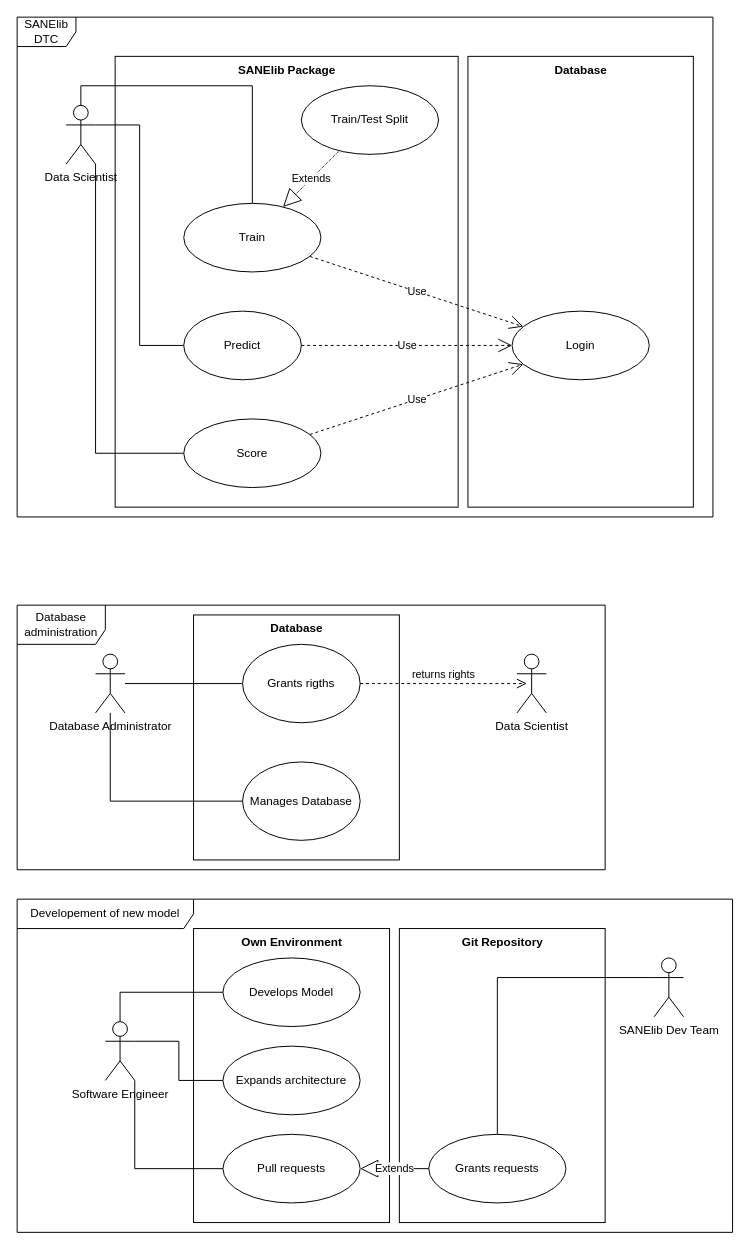
This is UML/UseCases.drawio from becker-max/baa-structures, a draw.io file, before an edit. Source tidied: cells renumbered, new cells numbered last; positions are measured from the earlier drawing's top-left corner, leaving out a move shared by most shapes. Both pictures are drawn from the tidied source at 98%, with x=0, y=0 at pixel (17, 17).
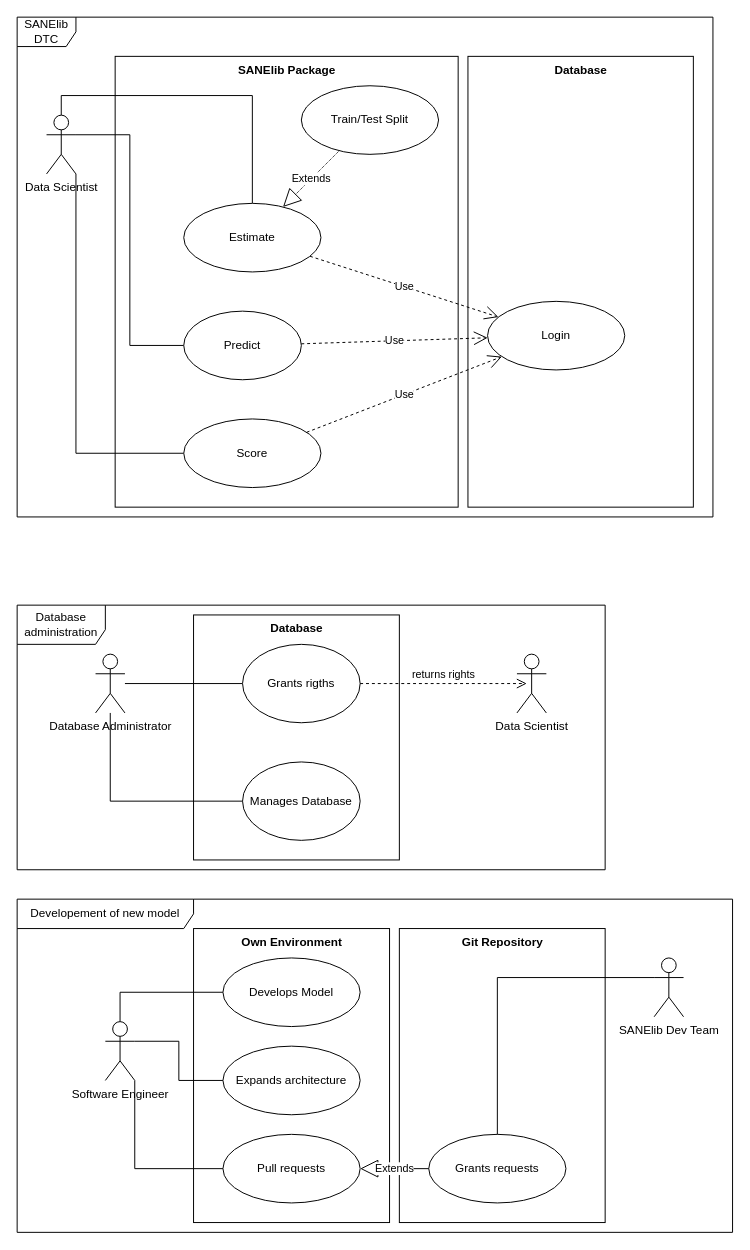
The same page after the edit.

Change to the diagram source:
```diff
@@
     <mxCell id="13" value="Data Scientist" style="shape=umlActor;verticalLabelPosition=bottom;verticalAlign=top;html=1;outlineConnect=0;" parent="1" vertex="1">
-      <mxGeometry x="50" y="90" width="30" height="60" as="geometry" />
+      <mxGeometry x="30" y="100" width="30" height="60" as="geometry" />
     </mxCell>
-    <mxCell id="14" value="Train" style="ellipse;whiteSpace=wrap;html=1;" parent="1" vertex="1">
+    <mxCell id="14" value="Estimate" style="ellipse;whiteSpace=wrap;html=1;" parent="1" vertex="1">
       <mxGeometry x="170" y="190" width="140" height="70" as="geometry" />
     </mxCell>
@@
     <mxCell id="19" value="Login" style="ellipse;whiteSpace=wrap;html=1;" parent="1" vertex="1">
-      <mxGeometry x="505" y="300" width="140" height="70" as="geometry" />
+      <mxGeometry x="480" y="290" width="140" height="70" as="geometry" />
     </mxCell>
```
